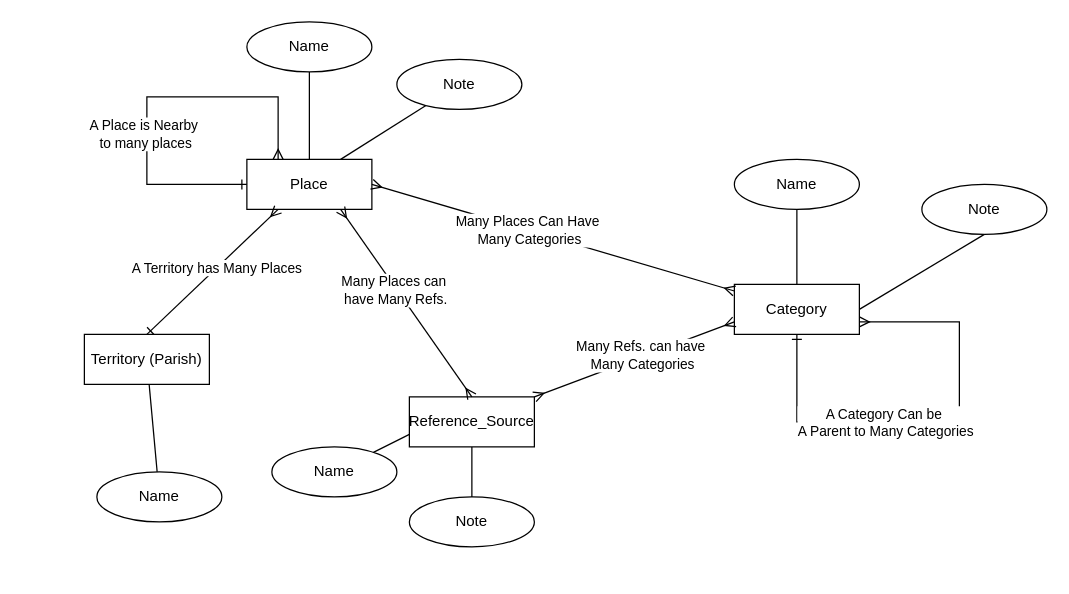
Before: page "Hills, Halls & Holes" (1 of 2) of diagrams/Untitled Diagram.drawio in Reader641/places_deeds, a draw.io diagram. Source tidied: cells renumbered, new cells numbered last; positions are measured from the earlier drawing's top-left corner, leaving out a move shared by most shapes. Both pictures are drawn from the tidied source at 125%, with x=0, y=0 at pixel (21, 21).
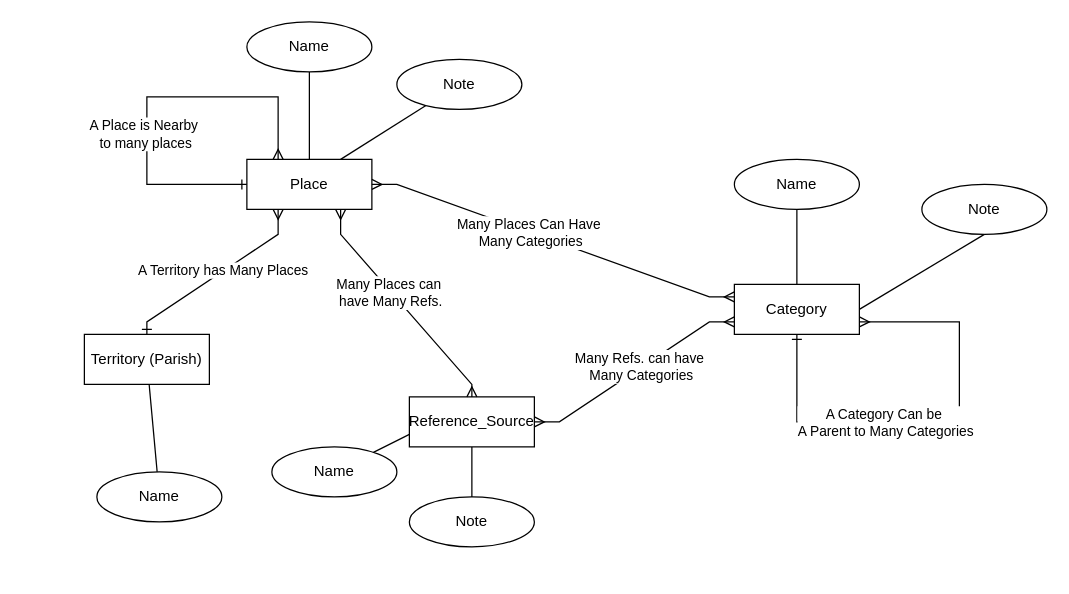
The same diagram, later.

The change refers to these unchanged cells:
```xml
<mxCell id="6" value="Place" style="whiteSpace=wrap;html=1;align=center;" parent="2" vertex="1">
  <mxGeometry y="110" width="100" height="40" as="geometry" />
</mxCell>
<mxCell id="13" value="Category" style="whiteSpace=wrap;html=1;align=center;" parent="10" vertex="1">
  <mxGeometry y="100" width="100" height="40" as="geometry" />
</mxCell>
<mxCell id="19" value="Territory (Parish)" style="whiteSpace=wrap;html=1;align=center;" parent="18" vertex="1">
  <mxGeometry x="50" y="30" width="100" height="40" as="geometry" />
</mxCell>
<mxCell id="25" value="Reference_Source" style="whiteSpace=wrap;html=1;align=center;" parent="24" vertex="1">
  <mxGeometry x="60" width="100" height="40" as="geometry" />
</mxCell>
```

Change to the diagram source:
```diff
@@
-    <mxCell id="20" style="edgeStyle=none;shape=connector;rounded=0;jettySize=auto;html=1;exitX=1;exitY=0.5;exitDx=0;exitDy=0;strokeColor=default;align=center;verticalAlign=middle;fontFamily=Helvetica;fontSize=11;fontColor=default;labelBackgroundColor=default;endArrow=ERmany;endFill=0;startArrow=ERmany;startFill=0;" parent="1" edge="1" source="6" target="13">
-      <mxGeometry relative="1" as="geometry" />
+    <mxCell id="20" style="edgeStyle=none;shape=connector;rounded=0;jettySize=auto;html=1;exitX=1;exitY=0.5;exitDx=0;exitDy=0;strokeColor=default;align=center;verticalAlign=middle;fontFamily=Helvetica;fontSize=11;fontColor=default;labelBackgroundColor=default;endArrow=ERmany;endFill=0;startArrow=ERmany;startFill=0;entryX=0;entryY=0.25;entryDx=0;entryDy=0;" parent="1" edge="1" source="6" target="13">
+      <mxGeometry relative="1" as="geometry">
+        <Array as="points">
+          <mxPoint x="300" y="130" />
+          <mxPoint x="550" y="220" />
+        </Array>
+      </mxGeometry>
     </mxCell>
@@
     <mxCell id="22" style="edgeStyle=none;shape=connector;rounded=0;jettySize=auto;html=1;exitX=0.25;exitY=1;exitDx=0;exitDy=0;strokeColor=default;align=center;verticalAlign=middle;fontFamily=Helvetica;fontSize=11;fontColor=default;labelBackgroundColor=default;endArrow=ERone;endFill=0;startArrow=ERmany;startFill=0;entryX=0.5;entryY=0;entryDx=0;entryDy=0;" parent="1" edge="1" source="6" target="19">
-      <mxGeometry relative="1" as="geometry" />
+      <mxGeometry relative="1" as="geometry">
+        <Array as="points">
+          <mxPoint x="205" y="170" />
+          <mxPoint x="100" y="240" />
+        </Array>
+      </mxGeometry>
     </mxCell>
@@
     <mxCell id="28" style="edgeStyle=none;shape=connector;rounded=0;jettySize=auto;html=1;exitX=0.75;exitY=1;exitDx=0;exitDy=0;entryX=0.5;entryY=0;entryDx=0;entryDy=0;strokeColor=default;align=center;verticalAlign=middle;fontFamily=Helvetica;fontSize=11;fontColor=default;labelBackgroundColor=default;endArrow=ERmany;endFill=0;startArrow=ERmany;startFill=0;" parent="1" edge="1" source="6" target="25">
-      <mxGeometry relative="1" as="geometry" />
+      <mxGeometry relative="1" as="geometry">
+        <Array as="points">
+          <mxPoint x="255" y="170" />
+          <mxPoint x="360" y="290" />
+        </Array>
+      </mxGeometry>
     </mxCell>
@@
-    <mxCell id="32" style="edgeStyle=none;shape=connector;rounded=0;jettySize=auto;html=1;exitX=0;exitY=0.75;exitDx=0;exitDy=0;entryX=1;entryY=0;entryDx=0;entryDy=0;strokeColor=default;align=center;verticalAlign=middle;fontFamily=Helvetica;fontSize=11;fontColor=default;labelBackgroundColor=default;endArrow=ERmany;endFill=0;startArrow=ERmany;startFill=0;" parent="1" edge="1" source="13" target="25">
-      <mxGeometry relative="1" as="geometry" />
+    <mxCell id="32" style="edgeStyle=none;shape=connector;rounded=0;jettySize=auto;html=1;exitX=0;exitY=0.75;exitDx=0;exitDy=0;entryX=1;entryY=0.5;entryDx=0;entryDy=0;strokeColor=default;align=center;verticalAlign=middle;fontFamily=Helvetica;fontSize=11;fontColor=default;labelBackgroundColor=default;endArrow=ERmany;endFill=0;startArrow=ERmany;startFill=0;" parent="1" edge="1" source="13" target="25">
+      <mxGeometry relative="1" as="geometry">
+        <Array as="points">
+          <mxPoint x="550" y="240" />
+          <mxPoint x="430" y="320" />
+        </Array>
+      </mxGeometry>
     </mxCell>
```
